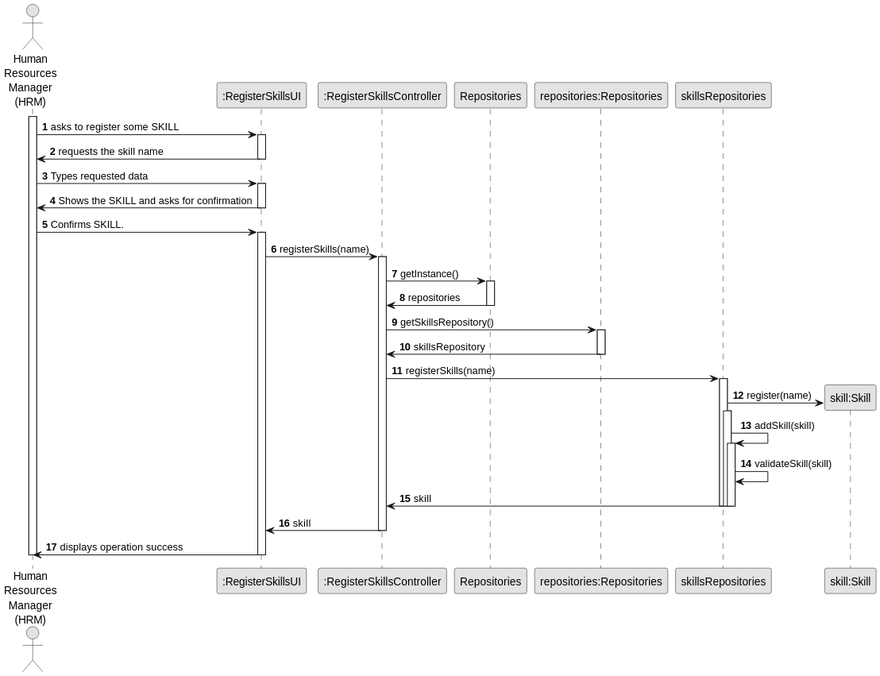
Before: docs/sprintB/us001/03.design/svg/us001-sequence-diagram-full.svg, a diagram exported from PlantUML (diogoveirospro/lei-24-s2-1dg-g072). Its diagram source:
```plantuml
@startuml
skinparam monochrome true
skinparam packageStyle rectangle
skinparam shadowing false

autonumber

actor "Human\nResources\nManager\n(HRM)" as HRM
participant ":RegisterSkillsUI" as UI
participant ":RegisterSkillsController" as CTRL
participant Repositories
participant "repositories:Repositories" as REP
participant "skillsRepositories" as SREP
participant "skill:Skill" as SKILL

activate HRM


        HRM -> UI : asks to register some SKILL
        activate UI

                UI -> HRM : requests the skill name
        deactivate UI
        HRM -> UI: Types requested data
        activate UI

                UI -> HRM : Shows the SKILL and asks for confirmation
        deactivate UI
        HRM -> UI : Confirms SKILL.
        activate UI

                UI -> CTRL: registerSkills(name)

                activate CTRL

                        CTRL -> Repositories: getInstance()

                        activate Repositories

                                Repositories -> CTRL: repositories
                        deactivate Repositories

                        CTRL -> REP: getSkillsRepository()
                        activate REP

                                REP -> CTRL: skillsRepository
                        deactivate REP
                        CTRL -> SREP: registerSkills(name)
                        activate SREP

                                SREP -> SKILL**: register(name)
                                activate SREP

                                SREP -> SREP: addSkill(skill)
                                        activate SREP
                                        SREP -> SREP: validateSkill(skill)





                                SREP -> CTRL: skill
                                        deactivate SREP
                                deactivate SREP
                        deactivate SREP

                        CTRL -> UI: skill
                deactivate CTRL

                UI -> HRM: displays operation success
        deactivate UI
deactivate HRM
@enduml
```
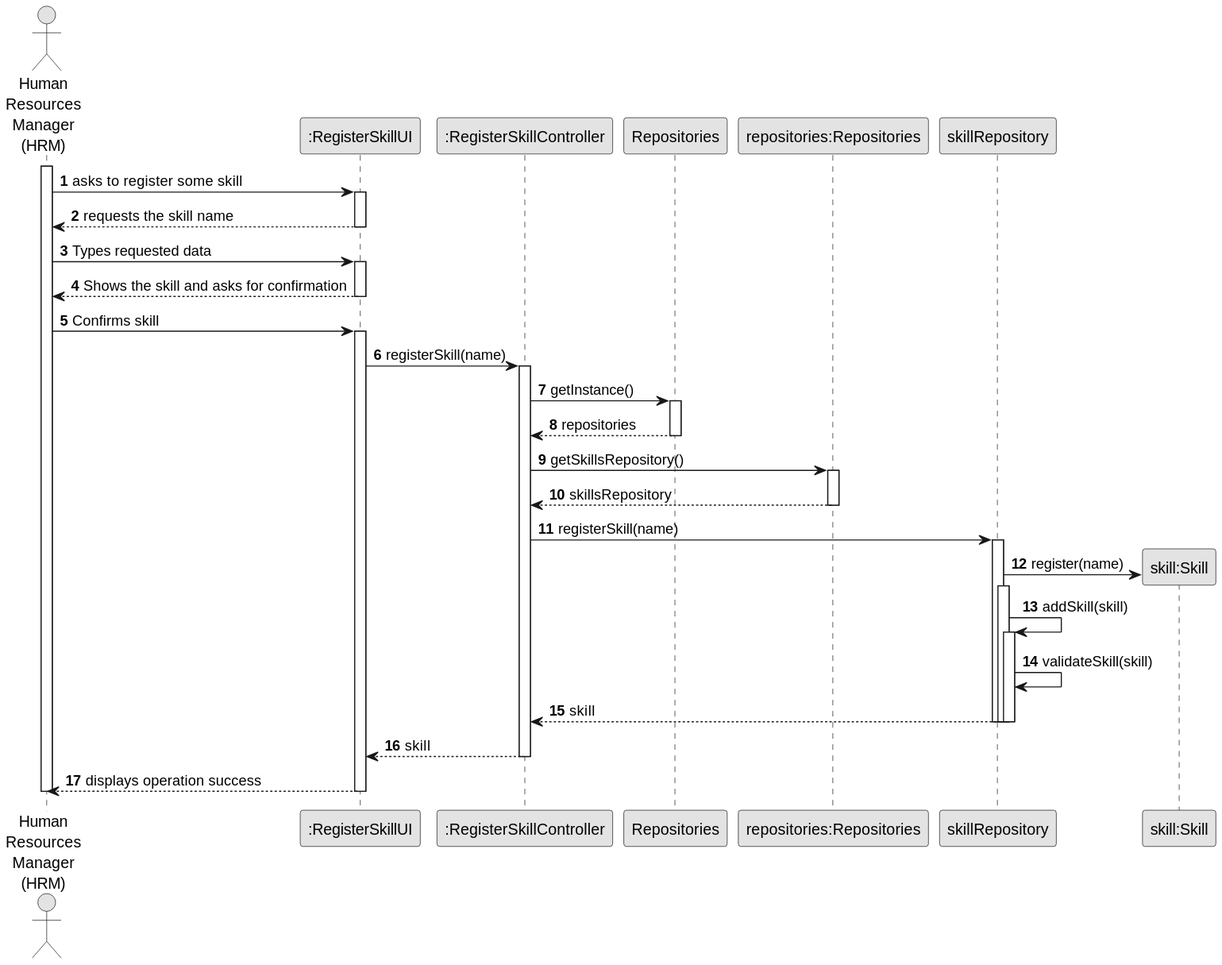
After the change.

Diff of the diagram source:
```diff
@@ -6,30 +6,30 @@
 autonumber
 
 actor "Human\nResources\nManager\n(HRM)" as HRM
-participant ":RegisterSkillsUI" as UI
-participant ":RegisterSkillsController" as CTRL
+participant ":RegisterSkillUI" as UI
+participant ":RegisterSkillController" as CTRL
 participant Repositories
 participant "repositories:Repositories" as REP
-participant "skillsRepositories" as SREP
-participant "skill:Skill" as SKILL
+participant "skillRepository" as SREP
+participant "skill:Skill" as skill
 
 activate HRM
 
 
-        HRM -> UI : asks to register some SKILL
+        HRM -> UI : asks to register some skill
         activate UI
 
-                UI -> HRM : requests the skill name
+                UI --> HRM : requests the skill name
         deactivate UI
         HRM -> UI: Types requested data
         activate UI
 
-                UI -> HRM : Shows the SKILL and asks for confirmation
+                UI --> HRM : Shows the skill and asks for confirmation
         deactivate UI
-        HRM -> UI : Confirms SKILL.
+        HRM -> UI : Confirms skill
         activate UI
 
-                UI -> CTRL: registerSkills(name)
+                UI -> CTRL: registerSkill(name)
 
                 activate CTRL
 
@@ -37,18 +37,18 @@
 
                         activate Repositories
 
-                                Repositories -> CTRL: repositories
+                                Repositories --> CTRL: repositories
                         deactivate Repositories
 
                         CTRL -> REP: getSkillsRepository()
                         activate REP
 
-                                REP -> CTRL: skillsRepository
+                                REP --> CTRL: skillsRepository
                         deactivate REP
-                        CTRL -> SREP: registerSkills(name)
+                        CTRL -> SREP: registerSkill(name)
                         activate SREP
 
-                                SREP -> SKILL**: register(name)
+                                SREP -> skill**: register(name)
                                 activate SREP
 
                                 SREP -> SREP: addSkill(skill)
@@ -59,15 +59,18 @@
 
 
 
-                                SREP -> CTRL: skill
+                                SREP --> CTRL: skill
+
                                         deactivate SREP
+
                                 deactivate SREP
+
                         deactivate SREP
 
-                        CTRL -> UI: skill
+                        CTRL --> UI: skill
                 deactivate CTRL
 
-                UI -> HRM: displays operation success
+                UI --> HRM: displays operation success
         deactivate UI
 deactivate HRM
 @enduml
```
